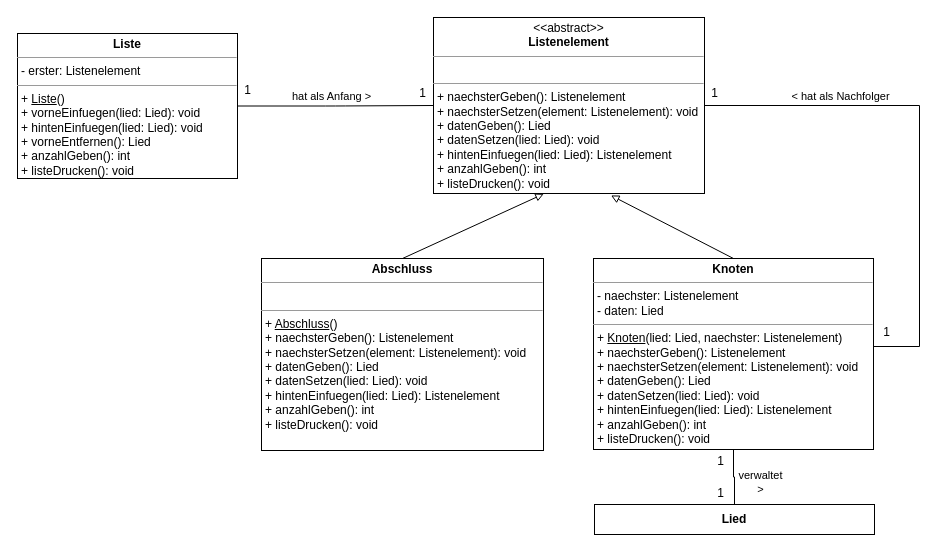
Above: page "Playlist" (4 of 5) of q11-liste-composite.drawio in JoernWVSG/diagram (draw.io), before the change. Source tidied: cells renumbered, new cells numbered last; positions are measured from the earlier drawing's top-left corner, leaving out a move shared by most shapes. Both pictures are drawn from the tidied source at 100%, with x=0, y=0 at pixel (17, 17).
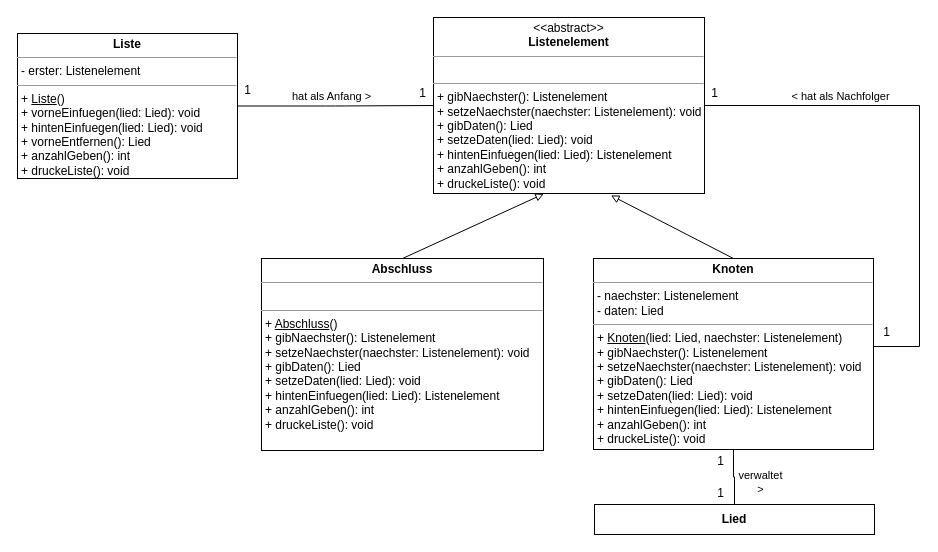
The same diagram, later.

What changed in the source:
```diff
@@
-    <mxCell id="2" value="&lt;p style=&quot;margin: 0px ; margin-top: 4px ; text-align: center&quot;&gt;&amp;lt;&amp;lt;abstract&amp;gt;&amp;gt;&lt;br&gt;&lt;b&gt;Listenelement&lt;/b&gt;&lt;/p&gt;&lt;hr size=&quot;1&quot;&gt;&lt;p style=&quot;margin: 0px ; margin-left: 4px&quot;&gt;&lt;br&gt;&lt;/p&gt;&lt;hr size=&quot;1&quot;&gt;&lt;p style=&quot;margin: 0px ; margin-left: 4px&quot;&gt;+ naechsterGeben(): Listenelement&lt;/p&gt;&lt;p style=&quot;margin: 0px ; margin-left: 4px&quot;&gt;+ naechsterSetzen(element: Listenelement): void&lt;/p&gt;&lt;p style=&quot;margin: 0px ; margin-left: 4px&quot;&gt;+ datenGeben(): Lied&lt;/p&gt;&lt;p style=&quot;margin: 0px ; margin-left: 4px&quot;&gt;+ datenSetzen(lied: Lied): void&lt;/p&gt;&lt;p style=&quot;margin: 0px ; margin-left: 4px&quot;&gt;+ hintenEinfuegen(lied: Lied): Listenelement&lt;/p&gt;&lt;p style=&quot;margin: 0px ; margin-left: 4px&quot;&gt;+ anzahlGeben(): int&lt;/p&gt;&lt;p style=&quot;margin: 0px ; margin-left: 4px&quot;&gt;+ listeDrucken(): void&lt;/p&gt;" style="verticalAlign=top;align=left;overflow=fill;fontSize=12;fontFamily=Helvetica;html=1;" parent="1" vertex="1">
+    <mxCell id="2" value="&lt;p style=&quot;margin: 0px ; margin-top: 4px ; text-align: center&quot;&gt;&amp;lt;&amp;lt;abstract&amp;gt;&amp;gt;&lt;br&gt;&lt;b&gt;Listenelement&lt;/b&gt;&lt;/p&gt;&lt;hr size=&quot;1&quot;&gt;&lt;p style=&quot;margin: 0px ; margin-left: 4px&quot;&gt;&lt;br&gt;&lt;/p&gt;&lt;hr size=&quot;1&quot;&gt;&lt;p style=&quot;margin: 0px ; margin-left: 4px&quot;&gt;+ gibNaechster(): Listenelement&lt;/p&gt;&lt;p style=&quot;margin: 0px ; margin-left: 4px&quot;&gt;+ setzeNaechster(naechster: Listenelement): void&lt;/p&gt;&lt;p style=&quot;margin: 0px ; margin-left: 4px&quot;&gt;+ gibDaten(): Lied&lt;/p&gt;&lt;p style=&quot;margin: 0px ; margin-left: 4px&quot;&gt;+ setzeDaten(lied: Lied): void&lt;/p&gt;&lt;p style=&quot;margin: 0px ; margin-left: 4px&quot;&gt;+ hintenEinfuegen(lied: Lied): Listenelement&lt;/p&gt;&lt;p style=&quot;margin: 0px ; margin-left: 4px&quot;&gt;+ anzahlGeben(): int&lt;/p&gt;&lt;p style=&quot;margin: 0px ; margin-left: 4px&quot;&gt;+ druckeListe(): void&lt;/p&gt;" style="verticalAlign=top;align=left;overflow=fill;fontSize=12;fontFamily=Helvetica;html=1;" parent="1" vertex="1">
       <mxGeometry x="416" width="271" height="176" as="geometry" />
     </mxCell>
@@
-    <mxCell id="4" value="&lt;p style=&quot;margin: 0px ; margin-top: 4px ; text-align: center&quot;&gt;&lt;b&gt;Abschluss&lt;/b&gt;&lt;/p&gt;&lt;hr size=&quot;1&quot;&gt;&lt;p style=&quot;margin: 0px ; margin-left: 4px&quot;&gt;&lt;br&gt;&lt;/p&gt;&lt;hr size=&quot;1&quot;&gt;&lt;p style=&quot;margin: 0px 0px 0px 4px&quot;&gt;+ &lt;u&gt;Abschluss&lt;/u&gt;()&lt;/p&gt;&lt;p style=&quot;margin: 0px 0px 0px 4px&quot;&gt;+ naechsterGeben(): Listenelement&lt;/p&gt;&lt;p style=&quot;margin: 0px 0px 0px 4px&quot;&gt;+ naechsterSetzen(element: Listenelement): void&lt;/p&gt;&lt;p style=&quot;margin: 0px 0px 0px 4px&quot;&gt;+ datenGeben(): Lied&lt;/p&gt;&lt;p style=&quot;margin: 0px 0px 0px 4px&quot;&gt;+ datenSetzen(lied: Lied): void&lt;/p&gt;&lt;p style=&quot;margin: 0px 0px 0px 4px&quot;&gt;+ hintenEinfuegen(lied: Lied): Listenelement&lt;/p&gt;&lt;p style=&quot;margin: 0px 0px 0px 4px&quot;&gt;+ anzahlGeben(): int&lt;/p&gt;&lt;p style=&quot;margin: 0px 0px 0px 4px&quot;&gt;+ listeDrucken(): void&lt;/p&gt;" style="verticalAlign=top;align=left;overflow=fill;fontSize=12;fontFamily=Helvetica;html=1;" parent="1" vertex="1">
+    <mxCell id="4" value="&lt;p style=&quot;margin: 0px ; margin-top: 4px ; text-align: center&quot;&gt;&lt;b&gt;Abschluss&lt;/b&gt;&lt;/p&gt;&lt;hr size=&quot;1&quot;&gt;&lt;p style=&quot;margin: 0px ; margin-left: 4px&quot;&gt;&lt;br&gt;&lt;/p&gt;&lt;hr size=&quot;1&quot;&gt;&lt;p style=&quot;margin: 0px 0px 0px 4px&quot;&gt;+ &lt;u&gt;Abschluss&lt;/u&gt;()&lt;/p&gt;&lt;p style=&quot;margin: 0px 0px 0px 4px;&quot;&gt;+ gibNaechster(): Listenelement&lt;/p&gt;&lt;p style=&quot;margin: 0px 0px 0px 4px;&quot;&gt;+ setzeNaechster(naechster: Listenelement): void&lt;/p&gt;&lt;p style=&quot;margin: 0px 0px 0px 4px;&quot;&gt;+ gibDaten(): Lied&lt;/p&gt;&lt;p style=&quot;margin: 0px 0px 0px 4px;&quot;&gt;+ setzeDaten(lied: Lied): void&lt;/p&gt;&lt;p style=&quot;margin: 0px 0px 0px 4px&quot;&gt;+ hintenEinfuegen(lied: Lied): Listenelement&lt;br&gt;&lt;/p&gt;&lt;p style=&quot;margin: 0px 0px 0px 4px&quot;&gt;+ anzahlGeben(): int&lt;/p&gt;&lt;p style=&quot;margin: 0px 0px 0px 4px&quot;&gt;+ druckeListe(): void&lt;/p&gt;" style="verticalAlign=top;align=left;overflow=fill;fontSize=12;fontFamily=Helvetica;html=1;" parent="1" vertex="1">
       <mxGeometry x="244" y="241" width="282" height="192" as="geometry" />
     </mxCell>
@@
-    <mxCell id="10" value="&lt;p style=&quot;margin: 0px ; margin-top: 4px ; text-align: center&quot;&gt;&lt;b&gt;Knoten&lt;/b&gt;&lt;/p&gt;&lt;hr size=&quot;1&quot;&gt;&lt;p style=&quot;margin: 0px ; margin-left: 4px&quot;&gt;- naechster: Listenelement&lt;/p&gt;&lt;p style=&quot;margin: 0px ; margin-left: 4px&quot;&gt;- daten: Lied&lt;/p&gt;&lt;hr size=&quot;1&quot;&gt;&lt;p style=&quot;margin: 0px 0px 0px 4px&quot;&gt;+ &lt;u&gt;Knoten&lt;/u&gt;(lied: Lied, naechster: Listenelement)&lt;/p&gt;&lt;p style=&quot;margin: 0px 0px 0px 4px&quot;&gt;+ naechsterGeben(): Listenelement&lt;/p&gt;&lt;p style=&quot;margin: 0px 0px 0px 4px&quot;&gt;+ naechsterSetzen(element: Listenelement): void&lt;/p&gt;&lt;p style=&quot;margin: 0px 0px 0px 4px&quot;&gt;+ datenGeben(): Lied&lt;/p&gt;&lt;p style=&quot;margin: 0px 0px 0px 4px&quot;&gt;+ datenSetzen(lied: Lied): void&lt;/p&gt;&lt;p style=&quot;margin: 0px 0px 0px 4px&quot;&gt;+ hintenEinfuegen(lied: Lied): Listenelement&lt;/p&gt;&lt;p style=&quot;margin: 0px 0px 0px 4px&quot;&gt;+ anzahlGeben(): int&lt;/p&gt;&lt;p style=&quot;margin: 0px 0px 0px 4px&quot;&gt;+ listeDrucken(): void&lt;/p&gt;" style="verticalAlign=top;align=left;overflow=fill;fontSize=12;fontFamily=Helvetica;html=1;" parent="1" vertex="1">
+    <mxCell id="10" value="&lt;p style=&quot;margin: 0px ; margin-top: 4px ; text-align: center&quot;&gt;&lt;b&gt;Knoten&lt;/b&gt;&lt;/p&gt;&lt;hr size=&quot;1&quot;&gt;&lt;p style=&quot;margin: 0px ; margin-left: 4px&quot;&gt;- naechster: Listenelement&lt;/p&gt;&lt;p style=&quot;margin: 0px ; margin-left: 4px&quot;&gt;- daten: Lied&lt;/p&gt;&lt;hr size=&quot;1&quot;&gt;&lt;p style=&quot;margin: 0px 0px 0px 4px&quot;&gt;+ &lt;u&gt;Knoten&lt;/u&gt;(lied: Lied, naechster: Listenelement)&lt;/p&gt;&lt;p style=&quot;margin: 0px 0px 0px 4px;&quot;&gt;+ gibNaechster(): Listenelement&lt;/p&gt;&lt;p style=&quot;margin: 0px 0px 0px 4px;&quot;&gt;+ setzeNaechster(naechster: Listenelement): void&lt;/p&gt;&lt;p style=&quot;margin: 0px 0px 0px 4px;&quot;&gt;+ gibDaten(): Lied&lt;/p&gt;&lt;p style=&quot;margin: 0px 0px 0px 4px;&quot;&gt;+ setzeDaten(lied: Lied): void&lt;/p&gt;&lt;p style=&quot;margin: 0px 0px 0px 4px&quot;&gt;+ hintenEinfuegen(lied: Lied): Listenelement&lt;br&gt;&lt;/p&gt;&lt;p style=&quot;margin: 0px 0px 0px 4px&quot;&gt;+ anzahlGeben(): int&lt;/p&gt;&lt;p style=&quot;margin: 0px 0px 0px 4px&quot;&gt;+ druckeListe(): void&lt;/p&gt;" style="verticalAlign=top;align=left;overflow=fill;fontSize=12;fontFamily=Helvetica;html=1;" parent="1" vertex="1">
       <mxGeometry x="576" y="241" width="280" height="191" as="geometry" />
     </mxCell>
@@
-    <mxCell id="15" value="&lt;p style=&quot;margin: 0px ; margin-top: 4px ; text-align: center&quot;&gt;&lt;b&gt;Liste&lt;/b&gt;&lt;/p&gt;&lt;hr size=&quot;1&quot;&gt;&lt;p style=&quot;margin: 0px ; margin-left: 4px&quot;&gt;- erster: Listenelement&lt;/p&gt;&lt;hr size=&quot;1&quot;&gt;&lt;p style=&quot;margin: 0px 0px 0px 4px&quot;&gt;+ &lt;u&gt;Liste&lt;/u&gt;()&lt;/p&gt;&lt;p style=&quot;margin: 0px 0px 0px 4px&quot;&gt;+ vorneEinfuegen(lied: Lied): void&lt;/p&gt;&lt;p style=&quot;margin: 0px 0px 0px 4px&quot;&gt;+ hintenEinfuegen(lied: Lied): void&lt;/p&gt;&lt;p style=&quot;margin: 0px 0px 0px 4px&quot;&gt;+ vorneEntfernen(): Lied&lt;br&gt;+ anzahlGeben(): int&lt;/p&gt;&lt;p style=&quot;margin: 0px 0px 0px 4px&quot;&gt;+ listeDrucken(): void&lt;/p&gt;" style="verticalAlign=top;align=left;overflow=fill;fontSize=12;fontFamily=Helvetica;html=1;" parent="1" vertex="1">
+    <mxCell id="15" value="&lt;p style=&quot;margin: 0px ; margin-top: 4px ; text-align: center&quot;&gt;&lt;b&gt;Liste&lt;/b&gt;&lt;/p&gt;&lt;hr size=&quot;1&quot;&gt;&lt;p style=&quot;margin: 0px ; margin-left: 4px&quot;&gt;- erster: Listenelement&lt;/p&gt;&lt;hr size=&quot;1&quot;&gt;&lt;p style=&quot;margin: 0px 0px 0px 4px&quot;&gt;+ &lt;u&gt;Liste&lt;/u&gt;()&lt;/p&gt;&lt;p style=&quot;margin: 0px 0px 0px 4px&quot;&gt;+ vorneEinfuegen(lied: Lied): void&lt;/p&gt;&lt;p style=&quot;margin: 0px 0px 0px 4px&quot;&gt;+ hintenEinfuegen(lied: Lied): void&lt;/p&gt;&lt;p style=&quot;margin: 0px 0px 0px 4px&quot;&gt;+ vorneEntfernen(): Lied&lt;br&gt;+ anzahlGeben(): int&lt;/p&gt;&lt;p style=&quot;margin: 0px 0px 0px 4px&quot;&gt;+ druckeListe(): void&lt;/p&gt;" style="verticalAlign=top;align=left;overflow=fill;fontSize=12;fontFamily=Helvetica;html=1;" parent="1" vertex="1">
       <mxGeometry y="16" width="220" height="145" as="geometry" />
     </mxCell>
```
